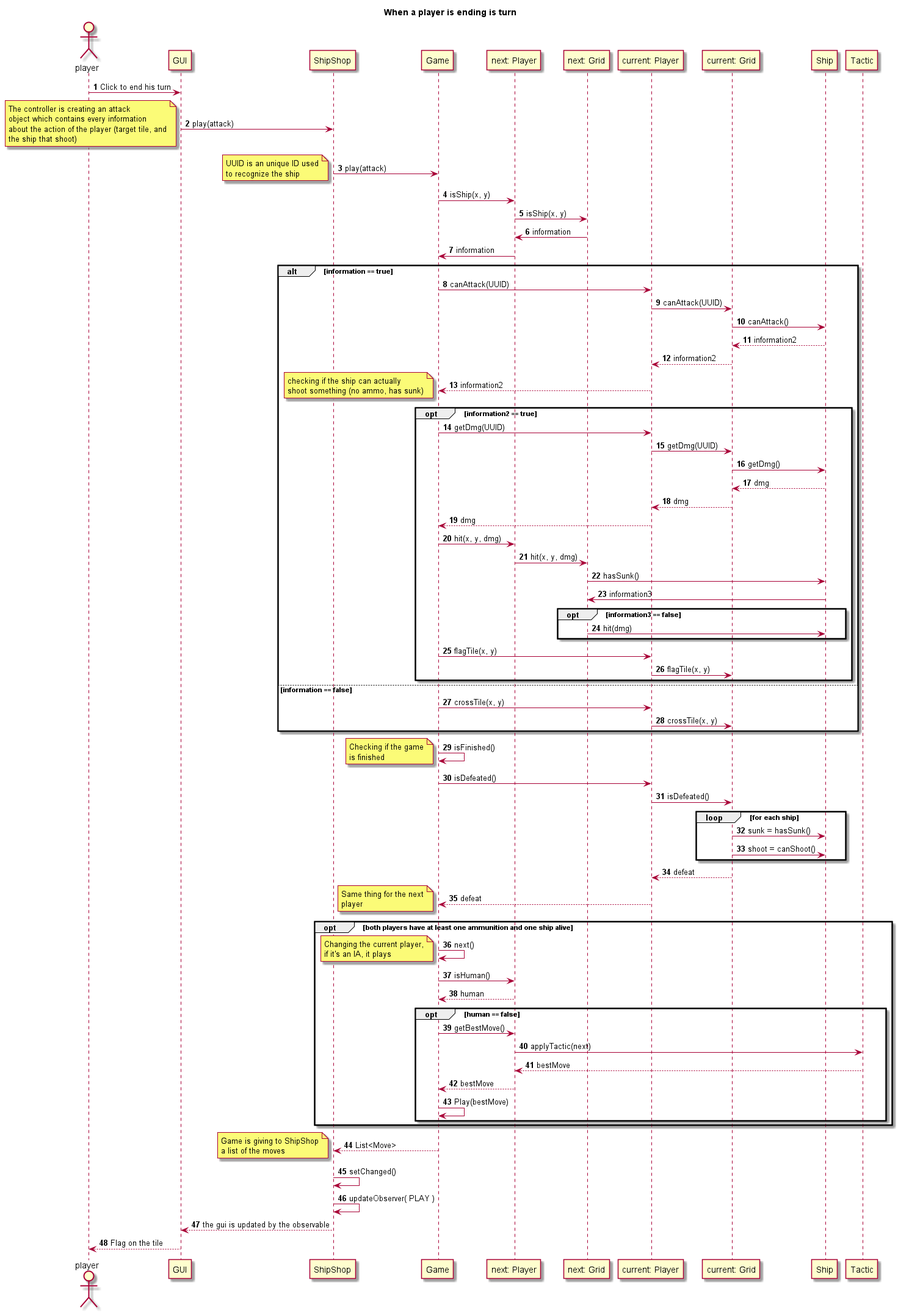
The PlantUML diagram doc/conception/image/sequences/play.png in Reynault/ShipShop, before a commit.
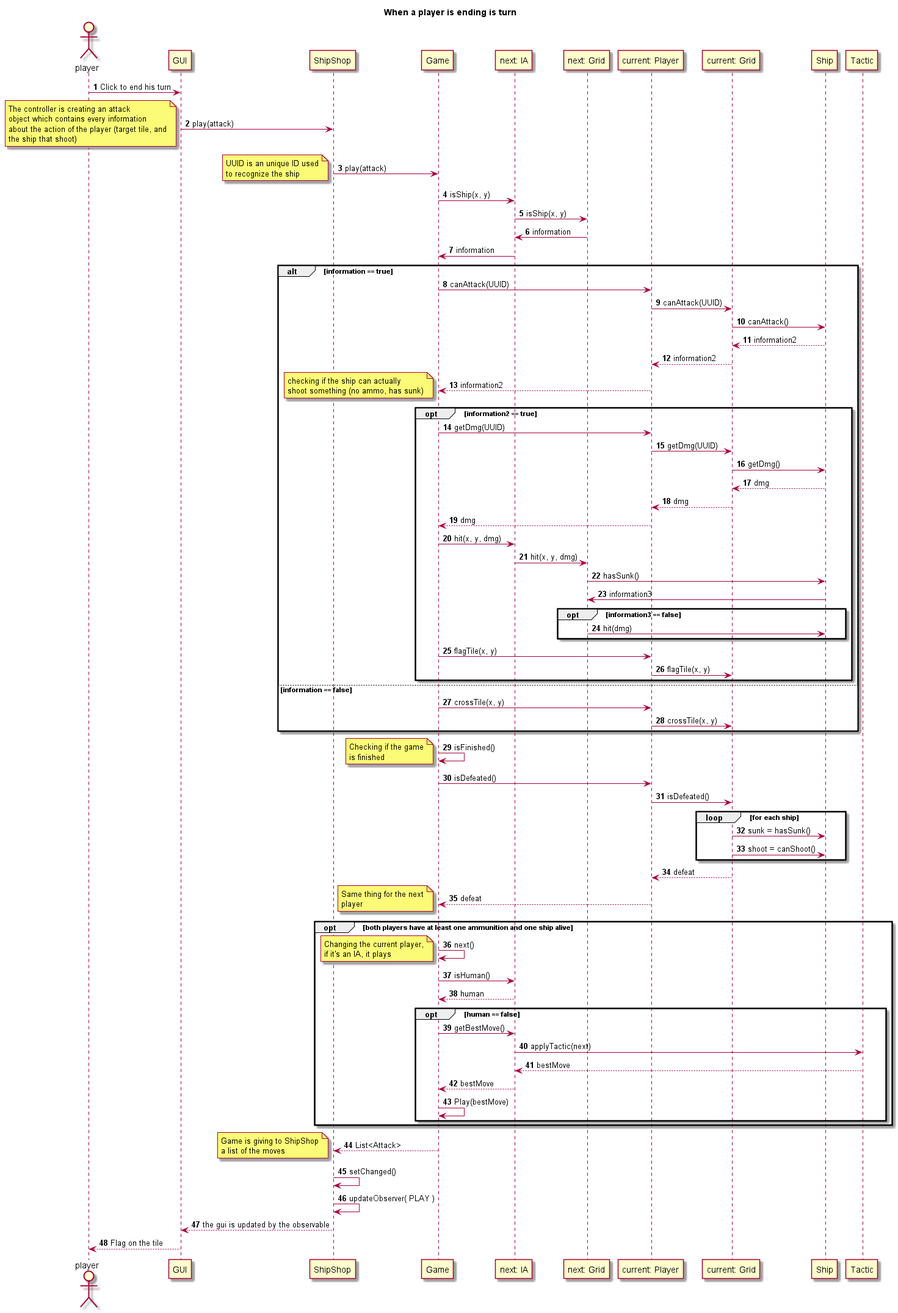
The same file after the commit.

The edit, as a diff of the source:
```diff
@@ -24,13 +24,13 @@
 to recognize the ship
 end note
 
-Game -> "next: Player": isShip(x, y)
+Game -> "next: IA": isShip(x, y)
 
-"next: Player" -> "next: Grid": isShip(x, y)
+"next: IA" -> "next: Grid": isShip(x, y)
 
-"next: Grid" -> "next: Player": information
+"next: Grid" -> "next: IA": information
 
-"next: Player" -> Game: information
+"next: IA" -> Game: information
 
 alt information == true
 
@@ -65,9 +65,9 @@
 
         "current: Player" --> Game: dmg
 
-        Game -> "next: Player": hit(x, y, dmg)
+        Game -> "next: IA": hit(x, y, dmg)
 
-        "next: Player" -> "next: Grid": hit(x, y, dmg)
+        "next: IA" -> "next: Grid": hit(x, y, dmg)
 
         "next: Grid" -> Ship: hasSunk()
 
@@ -131,19 +131,19 @@
         if it's an IA, it plays
     end note
 
-    Game -> "next: Player": isHuman()
+    Game -> "next: IA": isHuman()
 
-    "next: Player" --> Game: human
+    "next: IA" --> Game: human
 
     opt human == false
 
-        Game -> "next: Player": getBestMove()
+        Game -> "next: IA": getBestMove()
 
-        "next: Player" -> Tactic: applyTactic(next)
+        "next: IA" -> Tactic: applyTactic(next)
 
-        Tactic --> "next: Player": bestMove
+        Tactic --> "next: IA": bestMove
 
-        "next: Player" --> Game: bestMove
+        "next: IA" --> Game: bestMove
 
         Game -> Game: Play(bestMove)
 
@@ -151,7 +151,7 @@
 
 end
 
-Game --> ShipShop: List<Move>
+Game --> ShipShop: List<Attack>
 
 note left
     Game is giving to ShipShop
```
